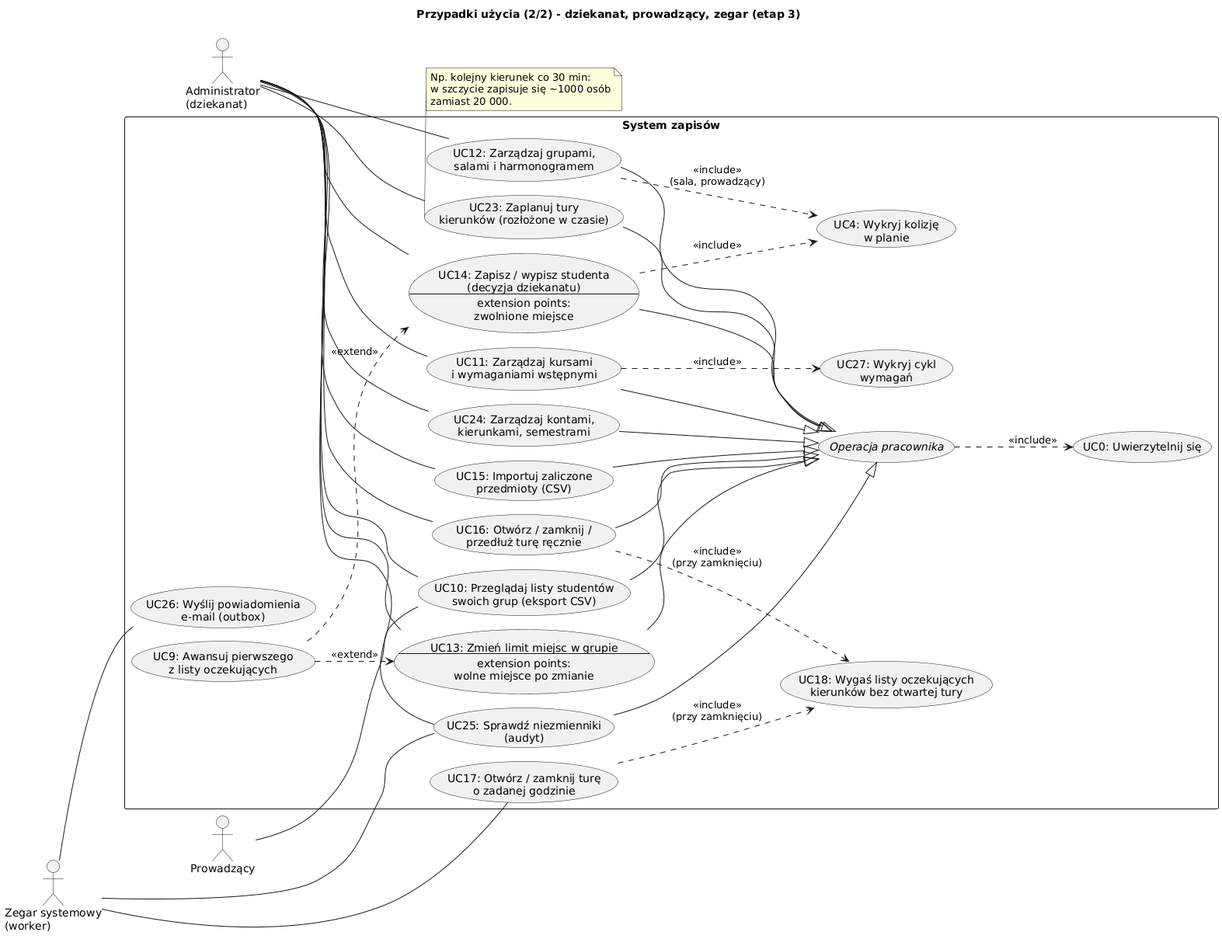
Above: etap3/diagramy/przypadki_uzycia_administracja.png in Husaria55/USOSv2 (PlantUML), before the change.
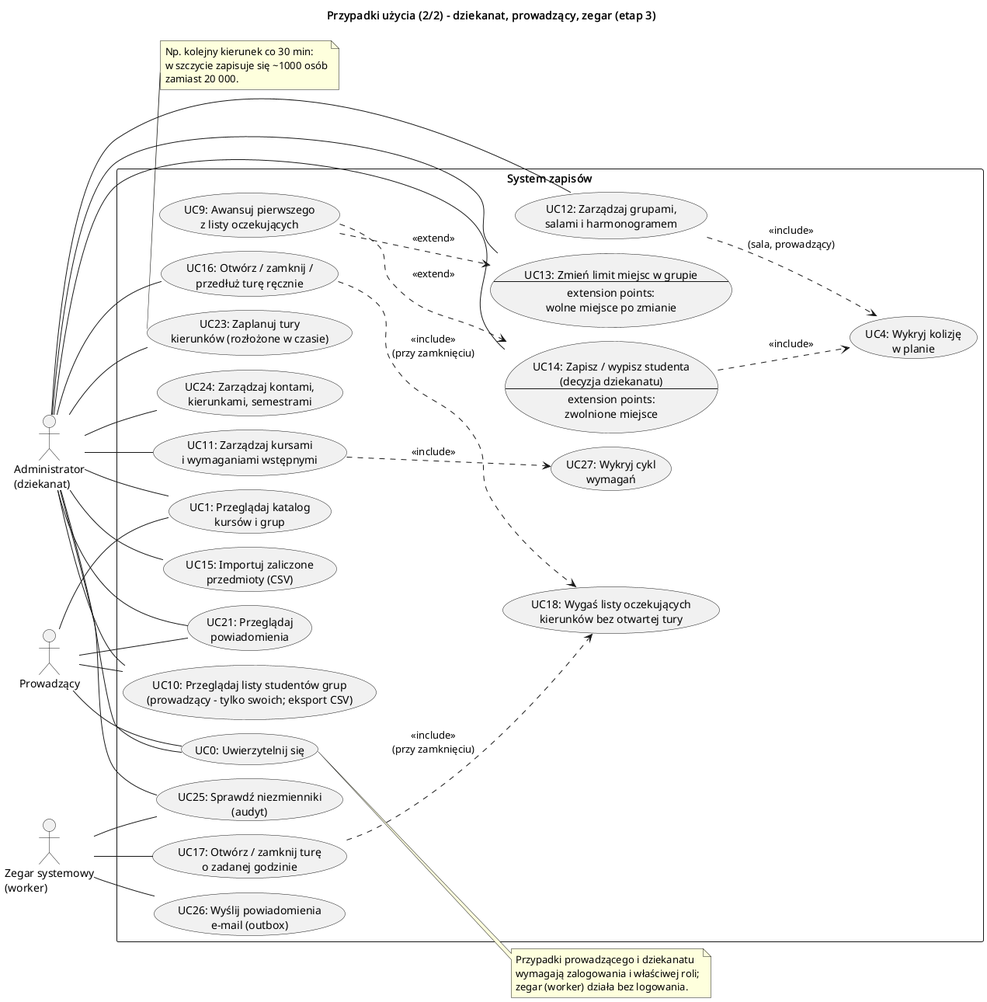
Later version of the same file.

Diff of the diagram source:
```diff
@@ -9,9 +9,10 @@
 actor "Zegar systemowy\n(worker)" as Z
 
 rectangle "System zapisów" {
-  usecase "//Operacja pracownika//" as OPP
   usecase "UC0: Uwierzytelnij się" as UC0
-  usecase "UC10: Przeglądaj listy studentów\nswoich grup (eksport CSV)" as UC10
+  usecase "UC1: Przeglądaj katalog\nkursów i grup" as UC1
+  usecase "UC21: Przeglądaj\npowiadomienia" as UC21
+  usecase "UC10: Przeglądaj listy studentów grup\n(prowadzący - tylko swoich; eksport CSV)" as UC10
   usecase "UC11: Zarządzaj kursami\ni wymaganiami wstępnymi" as UC11
   usecase "UC12: Zarządzaj grupami,\nsalami i harmonogramem" as UC12
   usecase UC13 as "UC13: Zmień limit miejsc w grupie
@@ -36,7 +37,13 @@
   usecase "UC9: Awansuj pierwszego\nz listy oczekujących" as UC9
 }
 
+P -- UC0
+A -- UC0
+P -- UC1
+P -- UC21
 P -- UC10
+A -- UC1
+A -- UC21
 A -- UC10
 A -- UC11
 A -- UC12
@@ -51,17 +58,6 @@
 Z -- UC25
 Z -- UC26
 
-UC10 --|> OPP
-UC11 --|> OPP
-UC12 --|> OPP
-UC13 --|> OPP
-UC14 --|> OPP
-UC15 --|> OPP
-UC16 --|> OPP
-UC23 --|> OPP
-UC24 --|> OPP
-UC25 --|> OPP
-OPP ..> UC0 : <<include>>
 
 UC11 ..> UC27 : <<include>>
 UC12 ..> UC4 : <<include>>\n(sala, prowadzący)
@@ -71,6 +67,11 @@
 UC16 ..> UC18 : <<include>>\n(przy zamknięciu)
 UC17 ..> UC18 : <<include>>\n(przy zamknięciu)
 
+note right of UC0
+  Przypadki prowadzącego i dziekanatu
+  wymagają zalogowania i właściwej roli;
+  zegar (worker) działa bez logowania.
+end note
 note bottom of UC23
   Np. kolejny kierunek co 30 min:
   w szczycie zapisuje się ~1000 osób
```
